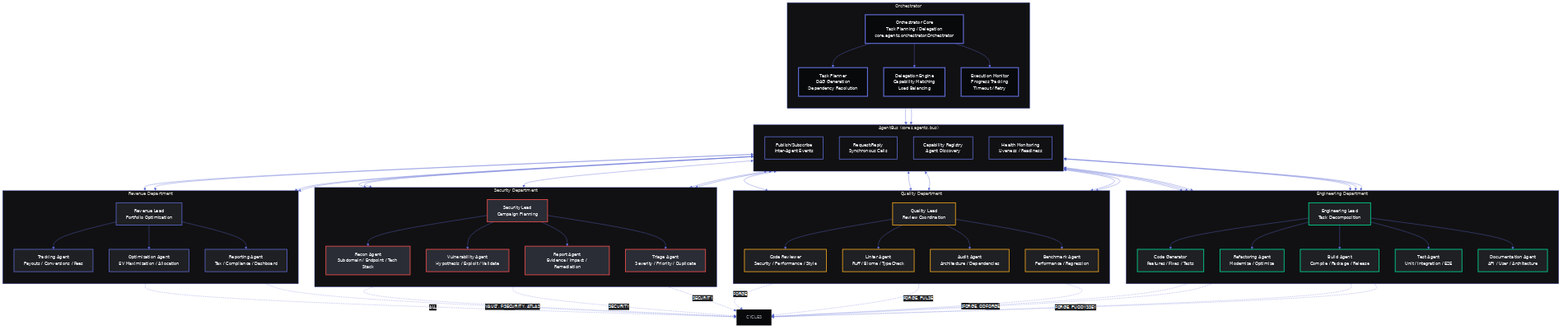
AdriDob/OWNEX keeps this Mermaid diagram as assets/diagrams/agent-departments.png. Above is the earlier version. Its source is kept beside it as assets/diagrams/agent-departments.mmd.
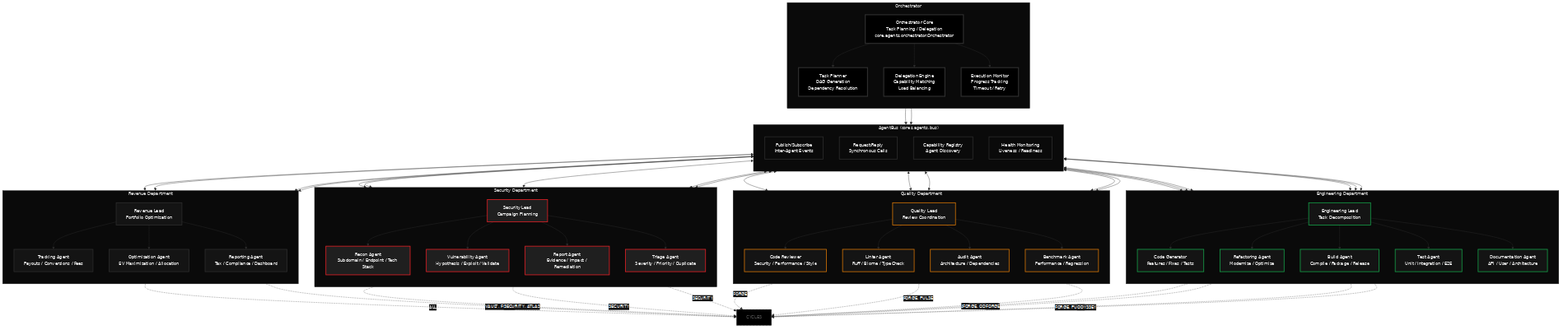
After the change.

Diff of the diagram source:
```diff
@@ -3,18 +3,18 @@
   init: {
     'theme': 'base',
     'themeVariables': {
-      'primaryColor': '#111113',
-      'primaryTextColor': '#F6F8FB',
-      'primaryBorderColor': '#5E6AD2',
-      'lineColor': '#5E6AD2',
-      'secondaryColor': '#1F2023',
-      'tertiaryColor': '#2A2D35',
+      'primaryColor': '#0a0a0a',
+      'primaryTextColor': '#f5f5f5',
+      'primaryBorderColor': '#2e2e2e',
+      'lineColor': '#2e2e2e',
+      'secondaryColor': '#141414',
+      'tertiaryColor': '#1f1f1f',
       'background': 'transparent',
       'mainBkg': 'transparent',
       'fontFamily': 'Inter',
       'fontSize': '13px',
-      'clusterBkg': '#111113',
-      'clusterBorder': '#5E6AD2'
+      'clusterBkg': '#0a0a0a',
+      'clusterBorder': '#2e2e2e'
     }
   }
 }%%
@@ -140,13 +140,13 @@
     REV_TRACK -.->|ALL| CYCLES
     REV_OPTIMIZE -.->|VAULT, FORGE| CYCLES
 
-    classDef orch fill:#08090A,stroke:#5E6AD2,stroke-width:3px,color:#F6F8FB
-    classDef bus fill:#111113,stroke:#5E6AD2,stroke-width:2px,color:#F6F8FB
-    classDef eng fill:#1F2023,stroke:#00E39A,stroke-width:2px,color:#F6F8FB
-    classDef qua fill:#1F2023,stroke:#FFB020,stroke-width:2px,color:#F6F8FB
-    classDef sec fill:#2A2D35,stroke:#FF5252,stroke-width:2px,color:#F6F8FB
-    classDef rev fill:#1F2023,stroke:#5E6AD2,stroke-width:2px,color:#F6F8FB
-    classDef cycle fill:#08090A,stroke:#8B8D98,stroke-width:1px,color:#8B8D98,stroke-dasharray: 5 5
+    classDef orch fill:#000000,stroke:#2e2e2e,stroke-width:3px,color:#f5f5f5
+    classDef bus fill:#0a0a0a,stroke:#2e2e2e,stroke-width:2px,color:#f5f5f5
+    classDef eng fill:#141414,stroke:#16a34a,stroke-width:2px,color:#f5f5f5
+    classDef qua fill:#141414,stroke:#d97706,stroke-width:2px,color:#f5f5f5
+    classDef sec fill:#1f1f1f,stroke:#e82127,stroke-width:2px,color:#f5f5f5
+    classDef rev fill:#141414,stroke:#2e2e2e,stroke-width:2px,color:#f5f5f5
+    classDef cycle fill:#000000,stroke:#4a4a4a,stroke-width:1px,color:#4a4a4a,stroke-dasharray: 5 5
 
     class ORCH_CORE,ORCH_PLAN,ORCH_DELEGATE,ORCH_MONITOR orch
     class AB_PUB,AB_REQ,AB_REG,AB_HEARTBEAT bus
```
